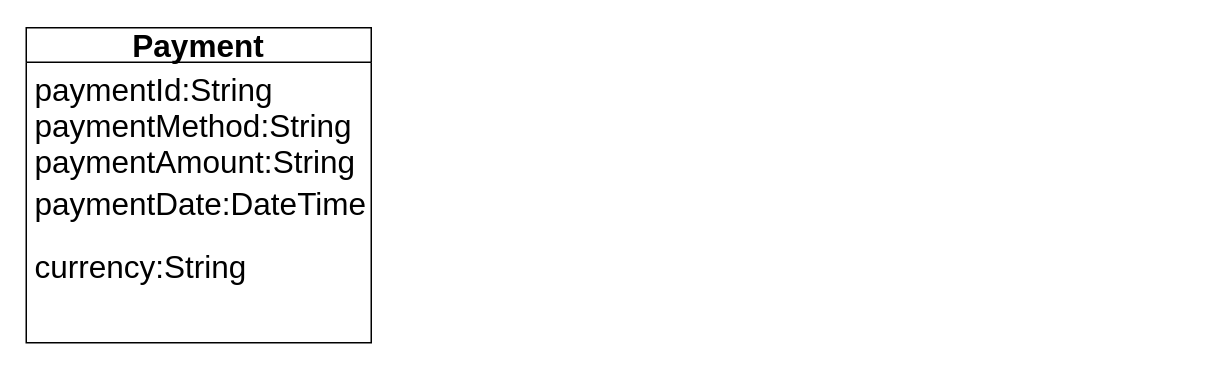
Above: page "payments SubSystem" (5 of 8) of Final Projectt/Diagrams/Class Diagram/version10.drawio in hesham81/Projects (draw.io), before the change. Source tidied: cells renumbered, new cells numbered last; positions are measured from the earlier drawing's top-left corner, leaving out a move shared by most shapes. Both pictures are drawn from the tidied source at 150%, with x=0, y=0 at pixel (26, 27).
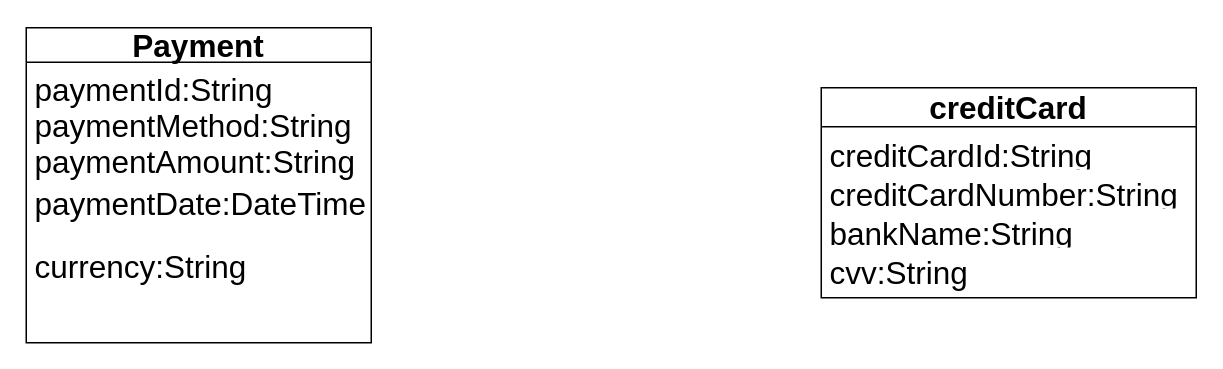
After the change.

What changed in the source:
```diff
@@
 <mxGraphModel>
   <root>
     <mxCell id="0" />
     <mxCell id="1" parent="0" />
     <mxCell id="2" value="Payment" style="swimlane;whiteSpace=wrap;html=1;arcSize=20;fontSize=21;" parent="1" vertex="1">
       <mxGeometry width="230" height="210" as="geometry" />
     </mxCell>
     <mxCell id="3" value="paymentId:String" style="text;align=left;verticalAlign=top;spacingLeft=4;spacingRight=4;overflow=hidden;arcSize=20;fontSize=21;" parent="2" vertex="1">
       <mxGeometry y="22" width="250" height="28" as="geometry" />
     </mxCell>
     <mxCell id="4" value="paymentMethod:String" style="text;align=left;verticalAlign=top;spacingLeft=4;spacingRight=4;overflow=hidden;arcSize=20;fontSize=21;" parent="2" vertex="1">
       <mxGeometry y="46" width="250" height="28" as="geometry" />
     </mxCell>
     <mxCell id="5" value="paymentAmount:String" style="text;align=left;verticalAlign=top;spacingLeft=4;spacingRight=4;overflow=hidden;arcSize=20;fontSize=21;" parent="2" vertex="1">
       <mxGeometry y="70" width="250" height="28" as="geometry" />
     </mxCell>
     <mxCell id="6" value="paymentDate:DateTime" style="text;align=left;verticalAlign=top;spacingLeft=4;spacingRight=4;overflow=hidden;arcSize=20;fontSize=21;" parent="2" vertex="1">
       <mxGeometry y="98" width="250" height="28" as="geometry" />
     </mxCell>
     <mxCell id="7" value="currency:String" style="text;strokeColor=none;fillColor=none;align=left;verticalAlign=top;spacingLeft=4;spacingRight=4;overflow=hidden;whiteSpace=wrap;html=1;arcSize=20;fontSize=21;" parent="2" vertex="1">
       <mxGeometry y="140" width="250" height="50" as="geometry" />
     </mxCell>
+    <mxCell id="8" value="&lt;b&gt;creditCard&lt;/b&gt;" style="swimlane;fontStyle=0;horizontal=1;startSize=26;fillColor=none;whiteSpace=wrap;html=1;arcSize=20;fontSize=21;" parent="1" vertex="1">
+      <mxGeometry x="530" y="40" width="250" height="140" as="geometry" />
+    </mxCell>
+    <mxCell id="9" value="creditCardId:String" style="text;strokeColor=none;fillColor=none;align=left;verticalAlign=top;spacingLeft=4;spacingRight=4;overflow=hidden;whiteSpace=wrap;html=1;arcSize=20;fontSize=21;" parent="8" vertex="1">
+      <mxGeometry y="26" width="250" height="26" as="geometry" />
+    </mxCell>
+    <mxCell id="10" value="creditCardNumber:String" style="text;strokeColor=none;fillColor=none;align=left;verticalAlign=top;spacingLeft=4;spacingRight=4;overflow=hidden;whiteSpace=wrap;html=1;arcSize=20;fontSize=21;" parent="8" vertex="1">
+      <mxGeometry y="52" width="250" height="26" as="geometry" />
+    </mxCell>
+    <mxCell id="11" value="bankName:String" style="text;strokeColor=none;fillColor=none;align=left;verticalAlign=top;spacingLeft=4;spacingRight=4;overflow=hidden;whiteSpace=wrap;html=1;arcSize=20;fontSize=21;" parent="8" vertex="1">
+      <mxGeometry y="78" width="250" height="26" as="geometry" />
+    </mxCell>
+    <mxCell id="12" value="cvv:String" style="text;strokeColor=none;fillColor=none;align=left;verticalAlign=top;spacingLeft=4;spacingRight=4;overflow=hidden;whiteSpace=wrap;html=1;arcSize=20;fontSize=21;" parent="8" vertex="1">
+      <mxGeometry y="104" width="250" height="36" as="geometry" />
+    </mxCell>
   </root>
 </mxGraphModel>
```
